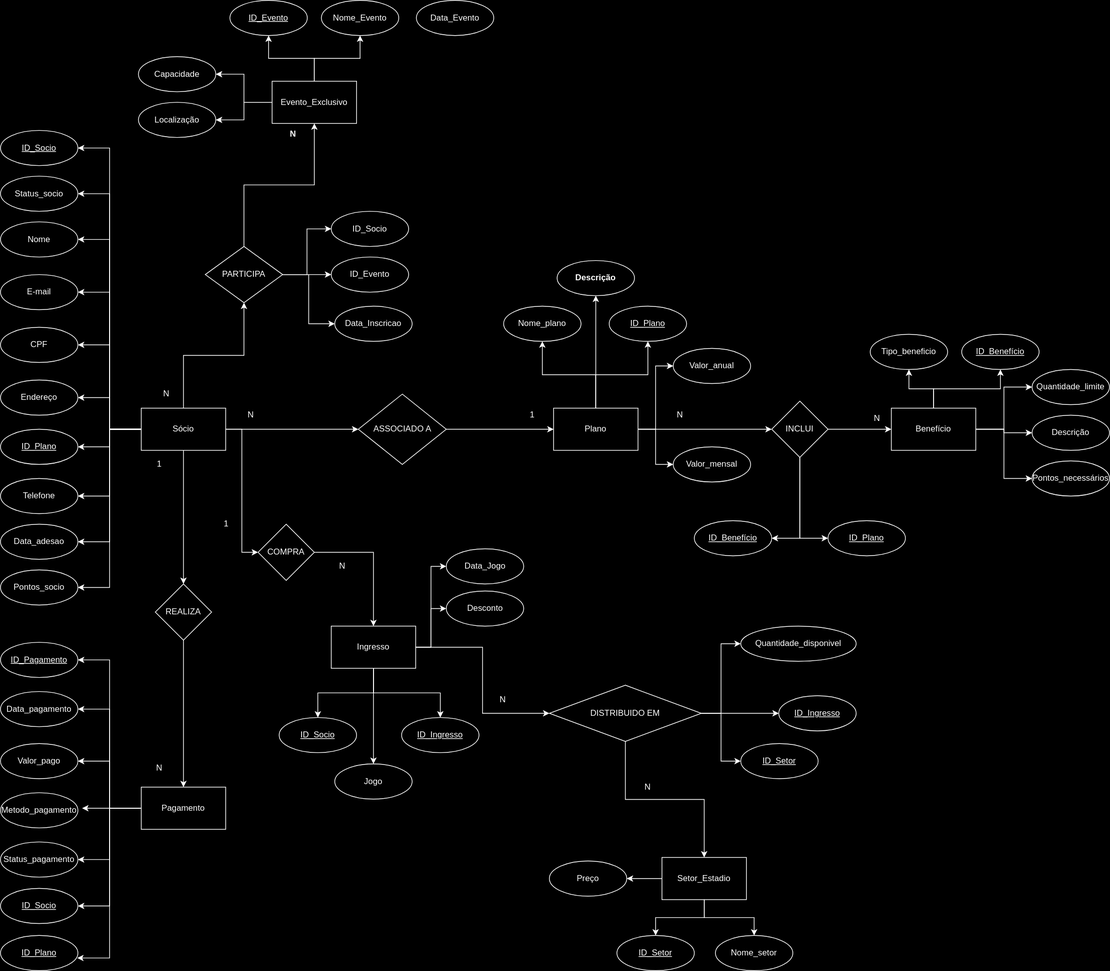
Earlier version of the draw.io export modelo_conceitual.drawio.svg (Lucas-Fiche/tp1_banco_de_dados). Source tidied: cells renumbered, new cells last; positions are measured from the earlier drawing's top-left corner, leaving out a move shared by most shapes.
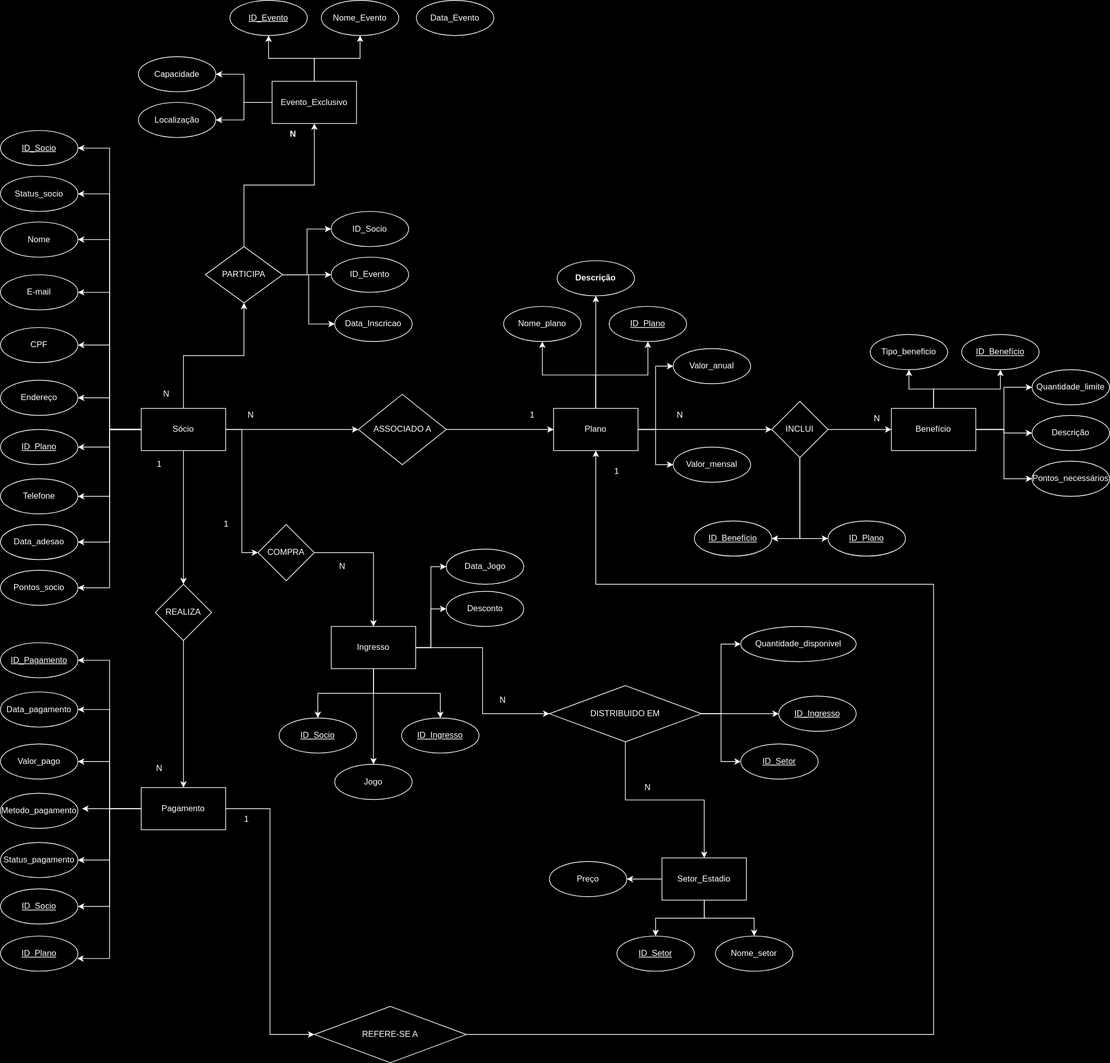
Above is the later version.

Diff of the diagram source:
```diff
@@ -163,6 +163,9 @@
     <mxCell id="54" style="edgeStyle=orthogonalEdgeStyle;rounded=0;jettySize=auto;html=1;entryX=1;entryY=0.5;entryDx=0;entryDy=0;" parent="1" edge="1" source="55" target="90">
       <mxGeometry relative="1" as="geometry" />
     </mxCell>
+    <mxCell id="135" style="edgeStyle=orthogonalEdgeStyle;rounded=0;jettySize=auto;html=1;entryX=0;entryY=0.5;entryDx=0;entryDy=0;" parent="1" edge="1" source="55" target="137">
+      <mxGeometry relative="1" as="geometry" />
+    </mxCell>
     <mxCell id="55" value="Pagamento" style="rounded=0;whiteSpace=wrap;html=1;" parent="1" vertex="1">
       <mxGeometry x="200" y="1119" width="120" height="60" as="geometry" />
     </mxCell>
@@ -403,5 +406,23 @@
     <mxCell id="134" value="Data_Inscricao" style="ellipse;whiteSpace=wrap;html=1;" parent="1" vertex="1">
       <mxGeometry x="475" y="435" width="110" height="50" as="geometry" />
     </mxCell>
+    <mxCell id="136" style="edgeStyle=orthogonalEdgeStyle;rounded=0;jettySize=auto;html=1;entryX=0.5;entryY=1;entryDx=0;entryDy=0;" parent="1" edge="1" source="137" target="32">
+      <mxGeometry relative="1" as="geometry">
+        <Array as="points">
+          <mxPoint x="1326" y="1470" />
+          <mxPoint x="1326" y="830" />
+          <mxPoint x="846" y="830" />
+        </Array>
+      </mxGeometry>
+    </mxCell>
+    <mxCell id="137" value="REFERE-SE A" style="rhombus;whiteSpace=wrap;html=1;" parent="1" vertex="1">
+      <mxGeometry x="446" y="1430" width="216" height="80" as="geometry" />
+    </mxCell>
+    <mxCell id="138" value="1" style="text;html=1;align=center;verticalAlign=middle;whiteSpace=wrap;rounded=0;" parent="1" vertex="1">
+      <mxGeometry x="320" y="1149" width="60" height="30" as="geometry" />
+    </mxCell>
+    <mxCell id="139" value="1" style="text;html=1;align=center;verticalAlign=middle;whiteSpace=wrap;rounded=0;" parent="1" vertex="1">
+      <mxGeometry x="846" y="655" width="60" height="30" as="geometry" />
+    </mxCell>
   </root>
 </mxGraphModel>
```
